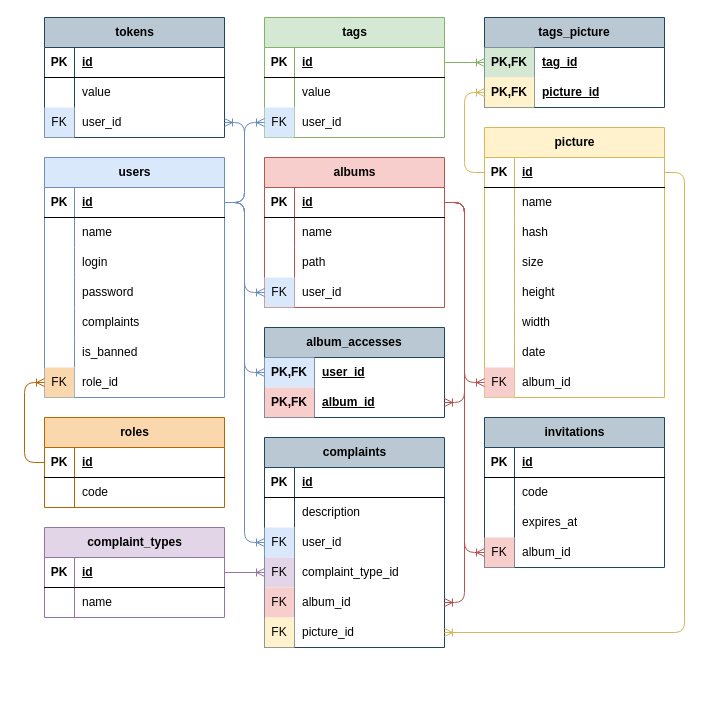
The draw.io diagram page "Логич" (2 of 4) of docs/Модели БД.drawio in savayaqu/course-project-4, before the edit. Source tidied: cells renumbered, new cells numbered last; positions are measured from the earlier drawing's top-left corner, leaving out a move shared by most shapes. Both pictures are drawn from the tidied source at 100%, with x=0, y=0 at pixel (24, 17).
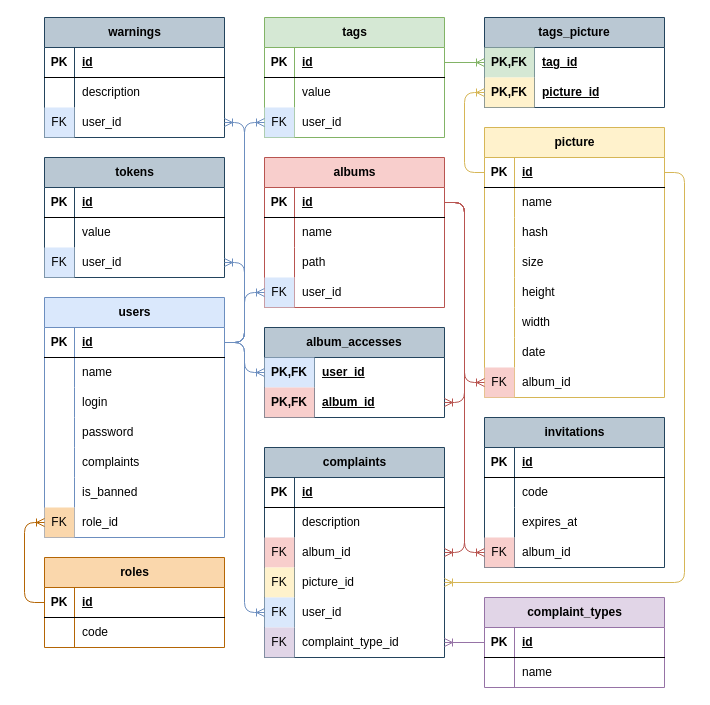
The same diagram, later.

Unchanged cells that the change refers to:
```xml
<mxCell id="3" style="shape=tableRow;horizontal=0;startSize=0;swimlaneHead=0;swimlaneBody=0;fillColor=none;points=[[0,0.5],[1,0.5]];portConstraint=eastwest;top=0;left=0;right=0;bottom=1;labelBackgroundColor=none;" parent="2" vertex="1">
  <mxGeometry y="30" width="180" height="30" as="geometry" />
</mxCell>
<mxCell id="10" style="shape=tableRow;horizontal=0;startSize=0;swimlaneHead=0;swimlaneBody=0;fillColor=none;points=[[0,0.5],[1,0.5]];portConstraint=eastwest;top=0;left=0;right=0;bottom=1;labelBackgroundColor=none;" parent="9" vertex="1">
  <mxGeometry y="30" width="180" height="30" as="geometry" />
</mxCell>
<mxCell id="28" style="shape=tableRow;horizontal=0;startSize=0;swimlaneHead=0;swimlaneBody=0;fillColor=none;points=[[0,0.5],[1,0.5]];portConstraint=eastwest;top=0;left=0;right=0;bottom=0;labelBackgroundColor=none;" parent="9" vertex="1">
  <mxGeometry y="210" width="180" height="30" as="geometry" />
</mxCell>
<mxCell id="38" style="shape=tableRow;horizontal=0;startSize=0;swimlaneHead=0;swimlaneBody=0;fillColor=none;points=[[0,0.5],[1,0.5]];portConstraint=eastwest;top=0;left=0;right=0;bottom=0;labelBackgroundColor=none;" parent="31" vertex="1">
  <mxGeometry y="90" width="180" height="30" as="geometry" />
</mxCell>
<mxCell id="63" style="shape=tableRow;horizontal=0;startSize=0;swimlaneHead=0;swimlaneBody=0;fillColor=none;points=[[0,0.5],[1,0.5]];portConstraint=eastwest;top=0;left=0;right=0;bottom=1;labelBackgroundColor=none;" parent="62" vertex="1">
  <mxGeometry y="30" width="180" height="30" as="geometry" />
</mxCell>
<mxCell id="76" style="shape=tableRow;horizontal=0;startSize=0;swimlaneHead=0;swimlaneBody=0;fillColor=none;points=[[0,0.5],[1,0.5]];portConstraint=eastwest;top=0;left=0;right=0;bottom=1;labelBackgroundColor=none;" parent="75" vertex="1">
  <mxGeometry y="30" width="180" height="30" as="geometry" />
</mxCell>
```

What changed in the source:
```diff
@@
     <mxCell id="2" value="roles" style="shape=table;startSize=30;childLayout=tableLayout;rowLines=0;fontStyle=1;align=center;html=1;fillColor=#fad7ac;strokeColor=#b46504;labelBackgroundColor=none;" parent="1" vertex="1">
-      <mxGeometry x="20" y="400" width="180" height="90" as="geometry" />
+      <mxGeometry x="20" y="540" width="180" height="90" as="geometry" />
     </mxCell>
@@
     <mxCell id="9" value="users" style="shape=table;startSize=30;childLayout=tableLayout;rowLines=0;fontStyle=1;align=center;html=1;fillColor=#dae8fc;strokeColor=#6c8ebf;labelBackgroundColor=none;" parent="1" vertex="1">
-      <mxGeometry x="20" y="140" width="180" height="240" as="geometry" />
+      <mxGeometry x="20" y="280" width="180" height="240" as="geometry" />
     </mxCell>
@@
     <mxCell id="31" value="tokens" style="shape=table;startSize=30;childLayout=tableLayout;rowLines=0;fontStyle=1;align=center;html=1;fillColor=#bac8d3;strokeColor=#23445d;labelBackgroundColor=none;" parent="1" vertex="1">
-      <mxGeometry x="20" width="180" height="120" as="geometry" />
+      <mxGeometry x="20" y="140" width="180" height="120" as="geometry" />
     </mxCell>
@@
     <mxCell id="41" style="edgeStyle=orthogonalEdgeStyle;rounded=1;jettySize=auto;html=1;curved=0;endArrow=ERoneToMany;endFill=0;fillColor=#dae8fc;strokeColor=#6c8ebf;labelBackgroundColor=none;" parent="1" edge="1" source="10" target="38">
       <mxGeometry relative="1" as="geometry">
         <Array as="points">
-          <mxPoint x="220" y="185" />
-          <mxPoint x="220" y="105" />
+          <mxPoint x="220" y="325" />
+          <mxPoint x="220" y="245" />
         </Array>
       </mxGeometry>
     </mxCell>
     <mxCell id="42" style="edgeStyle=orthogonalEdgeStyle;shape=connector;curved=0;rounded=1;jettySize=auto;html=1;strokeColor=#b46504;align=center;verticalAlign=middle;fontFamily=Helvetica;fontSize=11;fontColor=default;labelBackgroundColor=none;endArrow=ERoneToMany;endFill=0;fillColor=#fad7ac;" parent="1" edge="1" source="3" target="28">
       <mxGeometry relative="1" as="geometry">
         <Array as="points">
-          <mxPoint y="445" />
-          <mxPoint y="365" />
+          <mxPoint y="585" />
+          <mxPoint y="505" />
         </Array>
       </mxGeometry>
     </mxCell>
@@
     <mxCell id="126" value="complaints" style="shape=table;startSize=30;childLayout=tableLayout;rowLines=0;fontStyle=1;align=center;html=1;fillColor=#bac8d3;strokeColor=#23445d;labelBackgroundColor=none;" parent="1" vertex="1">
-      <mxGeometry x="240" y="420" width="180" height="210" as="geometry" />
+      <mxGeometry x="240" y="430" width="180" height="210" as="geometry" />
     </mxCell>
@@
+    <mxCell id="139" style="shape=tableRow;horizontal=0;startSize=0;swimlaneHead=0;swimlaneBody=0;fillColor=none;points=[[0,0.5],[1,0.5]];portConstraint=eastwest;top=0;left=0;right=0;bottom=0;labelBackgroundColor=none;" parent="126" vertex="1">
+      <mxGeometry y="90" width="180" height="30" as="geometry" />
+    </mxCell>
+    <mxCell id="140" value="FK" style="shape=partialRectangle;fillColor=#f8cecc;top=0;left=0;bottom=0;right=0;overflow=hidden;whiteSpace=wrap;html=1;labelBackgroundColor=none;strokeColor=#b85450;" parent="139" vertex="1">
+      <mxGeometry width="30" height="30" as="geometry" />
+    </mxCell>
+    <mxCell id="141" value="album_id" style="shape=partialRectangle;fillColor=none;top=0;left=0;bottom=0;right=0;align=left;spacingLeft=6;overflow=hidden;whiteSpace=wrap;html=1;labelBackgroundColor=none;" parent="139" vertex="1">
+      <mxGeometry x="30" width="150" height="30" as="geometry" />
+    </mxCell>
+    <mxCell id="142" style="shape=tableRow;horizontal=0;startSize=0;swimlaneHead=0;swimlaneBody=0;fillColor=none;points=[[0,0.5],[1,0.5]];portConstraint=eastwest;top=0;left=0;right=0;bottom=0;labelBackgroundColor=none;" parent="126" vertex="1">
+      <mxGeometry y="120" width="180" height="30" as="geometry" />
+    </mxCell>
+    <mxCell id="143" value="FK" style="shape=partialRectangle;fillColor=#fff2cc;top=0;left=0;bottom=0;right=0;overflow=hidden;whiteSpace=wrap;html=1;labelBackgroundColor=none;strokeColor=#d6b656;" parent="142" vertex="1">
+      <mxGeometry width="30" height="30" as="geometry" />
+    </mxCell>
+    <mxCell id="144" value="picture_id" style="shape=partialRectangle;fillColor=none;top=0;left=0;bottom=0;right=0;align=left;spacingLeft=6;overflow=hidden;whiteSpace=wrap;html=1;labelBackgroundColor=none;" parent="142" vertex="1">
+      <mxGeometry x="30" width="150" height="30" as="geometry" />
+    </mxCell>
     <mxCell id="133" style="shape=tableRow;horizontal=0;startSize=0;swimlaneHead=0;swimlaneBody=0;fillColor=none;points=[[0,0.5],[1,0.5]];portConstraint=eastwest;top=0;left=0;right=0;bottom=0;labelBackgroundColor=none;" parent="126" vertex="1">
-      <mxGeometry y="90" width="180" height="30" as="geometry" />
+      <mxGeometry y="150" width="180" height="30" as="geometry" />
     </mxCell>
@@
     <mxCell id="136" style="shape=tableRow;horizontal=0;startSize=0;swimlaneHead=0;swimlaneBody=0;fillColor=none;points=[[0,0.5],[1,0.5]];portConstraint=eastwest;top=0;left=0;right=0;bottom=0;labelBackgroundColor=none;" parent="126" vertex="1">
-      <mxGeometry y="120" width="180" height="30" as="geometry" />
+      <mxGeometry y="180" width="180" height="30" as="geometry" />
     </mxCell>
@@
-    <mxCell id="139" style="shape=tableRow;horizontal=0;startSize=0;swimlaneHead=0;swimlaneBody=0;fillColor=none;points=[[0,0.5],[1,0.5]];portConstraint=eastwest;top=0;left=0;right=0;bottom=0;labelBackgroundColor=none;" parent="126" vertex="1">
-      <mxGeometry y="150" width="180" height="30" as="geometry" />
-    </mxCell>
-    <mxCell id="140" value="FK" style="shape=partialRectangle;fillColor=#f8cecc;top=0;left=0;bottom=0;right=0;overflow=hidden;whiteSpace=wrap;html=1;labelBackgroundColor=none;strokeColor=#b85450;" parent="139" vertex="1">
-      <mxGeometry width="30" height="30" as="geometry" />
-    </mxCell>
-    <mxCell id="141" value="album_id" style="shape=partialRectangle;fillColor=none;top=0;left=0;bottom=0;right=0;align=left;spacingLeft=6;overflow=hidden;whiteSpace=wrap;html=1;labelBackgroundColor=none;" parent="139" vertex="1">
-      <mxGeometry x="30" width="150" height="30" as="geometry" />
-    </mxCell>
-    <mxCell id="142" style="shape=tableRow;horizontal=0;startSize=0;swimlaneHead=0;swimlaneBody=0;fillColor=none;points=[[0,0.5],[1,0.5]];portConstraint=eastwest;top=0;left=0;right=0;bottom=0;labelBackgroundColor=none;" parent="126" vertex="1">
-      <mxGeometry y="180" width="180" height="30" as="geometry" />
-    </mxCell>
-    <mxCell id="143" value="FK" style="shape=partialRectangle;fillColor=#fff2cc;top=0;left=0;bottom=0;right=0;overflow=hidden;whiteSpace=wrap;html=1;labelBackgroundColor=none;strokeColor=#d6b656;" parent="142" vertex="1">
-      <mxGeometry width="30" height="30" as="geometry" />
-    </mxCell>
-    <mxCell id="144" value="picture_id" style="shape=partialRectangle;fillColor=none;top=0;left=0;bottom=0;right=0;align=left;spacingLeft=6;overflow=hidden;whiteSpace=wrap;html=1;labelBackgroundColor=none;" parent="142" vertex="1">
-      <mxGeometry x="30" width="150" height="30" as="geometry" />
-    </mxCell>
     <mxCell id="145" style="edgeStyle=orthogonalEdgeStyle;shape=connector;curved=0;rounded=1;jettySize=auto;html=1;strokeColor=#b85450;align=center;verticalAlign=middle;fontFamily=Helvetica;fontSize=11;fontColor=default;labelBackgroundColor=default;endArrow=ERoneToMany;endFill=0;fillColor=#f8cecc;" parent="1" edge="1" source="63" target="139">
       <mxGeometry relative="1" as="geometry">
         <Array as="points">
           <mxPoint x="440" y="185" />
-          <mxPoint x="440" y="585" />
+          <mxPoint x="440" y="535" />
         </Array>
       </mxGeometry>
     </mxCell>
@@
     <mxCell id="147" value="complaint_types" style="shape=table;startSize=30;childLayout=tableLayout;rowLines=0;fontStyle=1;align=center;html=1;fillColor=#e1d5e7;strokeColor=#9673a6;labelBackgroundColor=none;" parent="1" vertex="1">
-      <mxGeometry x="20" y="510" width="180" height="90" as="geometry" />
+      <mxGeometry x="460" y="580" width="180" height="90" as="geometry" />
     </mxCell>
@@
     <mxCell id="155" style="edgeStyle=orthogonalEdgeStyle;shape=connector;curved=0;rounded=1;jettySize=auto;html=1;strokeColor=#d6b656;align=center;verticalAlign=middle;fontFamily=Helvetica;fontSize=11;fontColor=default;labelBackgroundColor=default;endArrow=ERoneToMany;endFill=0;fillColor=#fff2cc;" parent="1" edge="1" source="76" target="142">
       <mxGeometry relative="1" as="geometry">
         <Array as="points">
           <mxPoint x="660" y="155" />
-          <mxPoint x="660" y="615" />
+          <mxPoint x="660" y="565" />
         </Array>
       </mxGeometry>
     </mxCell>
+    <mxCell id="156" value="warnings" style="shape=table;startSize=30;childLayout=tableLayout;rowLines=0;fontStyle=1;align=center;html=1;fillColor=#bac8d3;strokeColor=#23445d;labelBackgroundColor=none;" parent="1" vertex="1">
+      <mxGeometry x="20" width="180" height="120" as="geometry" />
+    </mxCell>
+    <mxCell id="157" style="shape=tableRow;horizontal=0;startSize=0;swimlaneHead=0;swimlaneBody=0;fillColor=none;top=0;left=0;right=0;bottom=1;labelBackgroundColor=none;" parent="156" vertex="1">
+      <mxGeometry y="30" width="180" height="30" as="geometry" />
+    </mxCell>
+    <mxCell id="158" value="PK" style="shape=partialRectangle;fillColor=none;top=0;left=0;bottom=0;right=0;fontStyle=1;overflow=hidden;whiteSpace=wrap;html=1;labelBackgroundColor=none;" parent="157" vertex="1">
+      <mxGeometry width="30" height="30" as="geometry" />
+    </mxCell>
+    <mxCell id="159" value="id" style="shape=partialRectangle;fillColor=none;top=0;left=0;bottom=0;right=0;align=left;spacingLeft=6;fontStyle=5;overflow=hidden;whiteSpace=wrap;html=1;labelBackgroundColor=none;" parent="157" vertex="1">
+      <mxGeometry x="30" width="150" height="30" as="geometry" />
+    </mxCell>
+    <mxCell id="160" style="shape=tableRow;horizontal=0;startSize=0;swimlaneHead=0;swimlaneBody=0;fillColor=none;top=0;left=0;right=0;bottom=0;labelBackgroundColor=none;" parent="156" vertex="1">
+      <mxGeometry y="60" width="180" height="30" as="geometry" />
+    </mxCell>
+    <mxCell id="161" style="shape=partialRectangle;fillColor=none;top=0;left=0;bottom=0;right=0;overflow=hidden;whiteSpace=wrap;html=1;labelBackgroundColor=none;" parent="160" vertex="1">
+      <mxGeometry width="30" height="30" as="geometry" />
+    </mxCell>
+    <mxCell id="162" value="description" style="shape=partialRectangle;fillColor=none;top=0;left=0;bottom=0;right=0;align=left;spacingLeft=6;overflow=hidden;whiteSpace=wrap;html=1;labelBackgroundColor=none;" parent="160" vertex="1">
+      <mxGeometry x="30" width="150" height="30" as="geometry" />
+    </mxCell>
+    <mxCell id="163" style="shape=tableRow;horizontal=0;startSize=0;swimlaneHead=0;swimlaneBody=0;fillColor=none;points=[[0,0.5],[1,0.5]];portConstraint=eastwest;top=0;left=0;right=0;bottom=0;labelBackgroundColor=none;" parent="156" vertex="1">
+      <mxGeometry y="90" width="180" height="30" as="geometry" />
+    </mxCell>
+    <mxCell id="164" value="FK" style="shape=partialRectangle;fillColor=#dae8fc;top=0;left=0;bottom=0;right=0;overflow=hidden;whiteSpace=wrap;html=1;labelBackgroundColor=none;strokeColor=#6c8ebf;" parent="163" vertex="1">
+      <mxGeometry width="30" height="30" as="geometry" />
+    </mxCell>
+    <mxCell id="165" value="user_id" style="shape=partialRectangle;fillColor=none;top=0;left=0;bottom=0;right=0;align=left;spacingLeft=6;overflow=hidden;whiteSpace=wrap;html=1;labelBackgroundColor=none;" parent="163" vertex="1">
+      <mxGeometry x="30" width="150" height="30" as="geometry" />
+    </mxCell>
+    <mxCell id="166" style="edgeStyle=orthogonalEdgeStyle;shape=connector;curved=0;rounded=1;jettySize=auto;html=1;labelBackgroundColor=default;strokeColor=#6c8ebf;fontFamily=Helvetica;fontSize=11;fontColor=default;endArrow=ERoneToMany;endFill=0;fillColor=#dae8fc;" parent="1" edge="1" source="10" target="163">
+      <mxGeometry relative="1" as="geometry">
+        <Array as="points">
+          <mxPoint x="220" y="325" />
+          <mxPoint x="220" y="105" />
+        </Array>
+      </mxGeometry>
+    </mxCell>
```
